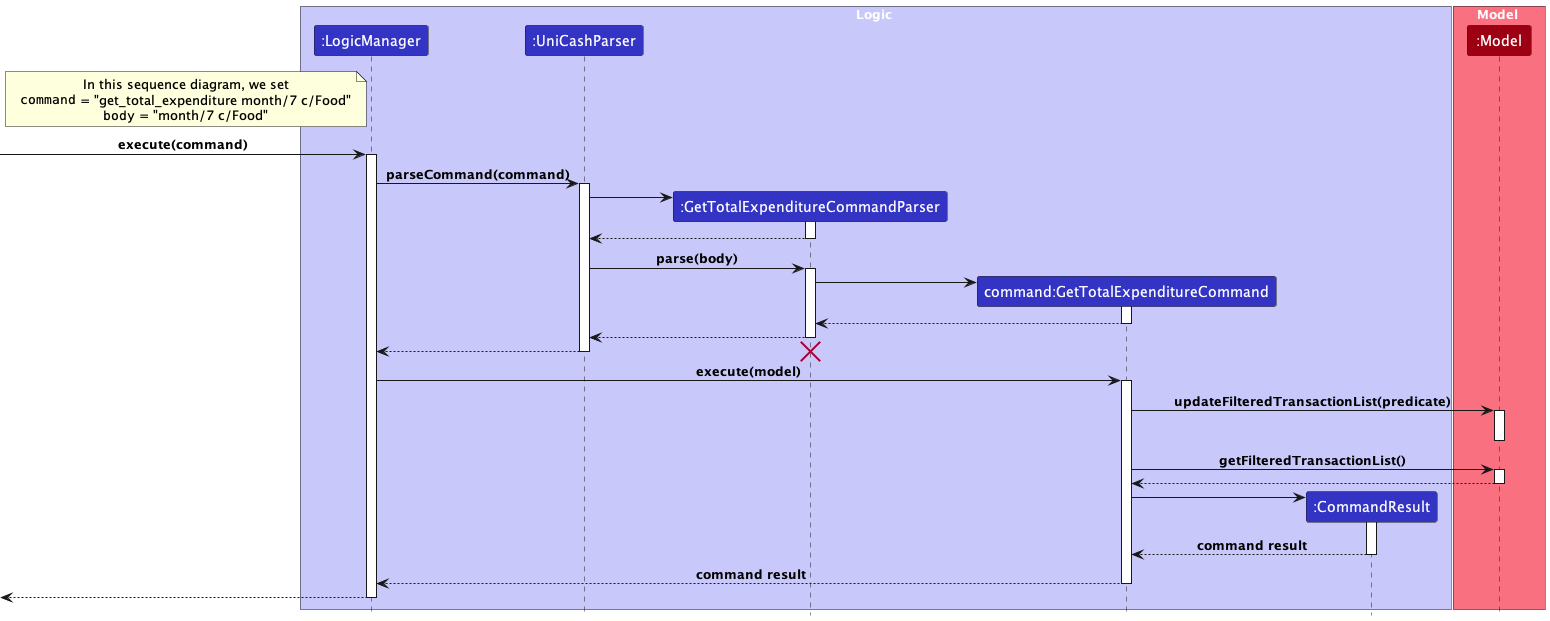
woojiahao/tp keeps this PlantUML diagram as docs/images/unicash/get-total-expenditure/GetTotalExpenditureSequenceDiagram.png. Above is the earlier version. Source of this version:
```plantuml
@startuml
!include ../../style.puml

box Logic LOGIC_COLOR_T1
participant ":LogicManager" as LogicManager LOGIC_COLOR
participant ":UniCashParser" as UniCashParser LOGIC_COLOR
participant ":GetTotalExpenditureCommandParser" as GetTotalExpenditureCommandParser LOGIC_COLOR
participant "command:GetTotalExpenditureCommand" as GetTotalExpenditureCommand LOGIC_COLOR
participant ":CommandResult" as CommandResult LOGIC_COLOR


end box

box Model MODEL_COLOR_T1
participant ":Model" as Model MODEL_COLOR
end box

note left LogicManager
In this sequence diagram, we set
""command"" = "get_total_expenditure month/7 c/Food"
""body"" = "month/7 c/Food"
end note

[-> LogicManager : execute(command)
activate LogicManager

LogicManager -> UniCashParser : parseCommand(command)
activate UniCashParser

create GetTotalExpenditureCommandParser
UniCashParser -> GetTotalExpenditureCommandParser
activate GetTotalExpenditureCommandParser

GetTotalExpenditureCommandParser --> UniCashParser
deactivate GetTotalExpenditureCommandParser

UniCashParser -> GetTotalExpenditureCommandParser : parse(body)
activate GetTotalExpenditureCommandParser

create GetTotalExpenditureCommand
GetTotalExpenditureCommandParser -> GetTotalExpenditureCommand
activate GetTotalExpenditureCommand
GetTotalExpenditureCommand --> GetTotalExpenditureCommandParser
deactivate GetTotalExpenditureCommand

GetTotalExpenditureCommandParser --> UniCashParser
deactivate GetTotalExpenditureCommandParser

UniCashParser --> LogicManager
deactivate UniCashParser
destroy GetTotalExpenditureCommandParser

LogicManager -> GetTotalExpenditureCommand : execute(model)
activate GetTotalExpenditureCommand

GetTotalExpenditureCommand -> Model : updateFilteredTransactionList(predicate)
activate Model

deactivate Model
GetTotalExpenditureCommand -> Model : getFilteredTransactionList()
activate Model

Model --> GetTotalExpenditureCommand
deactivate Model

create CommandResult
GetTotalExpenditureCommand -> CommandResult
activate CommandResult

CommandResult --> GetTotalExpenditureCommand : command result
deactivate CommandResult

GetTotalExpenditureCommand --> LogicManager : command result
deactivate GetTotalExpenditureCommand

[<--LogicManager
deactivate LogicManager
@enduml
```
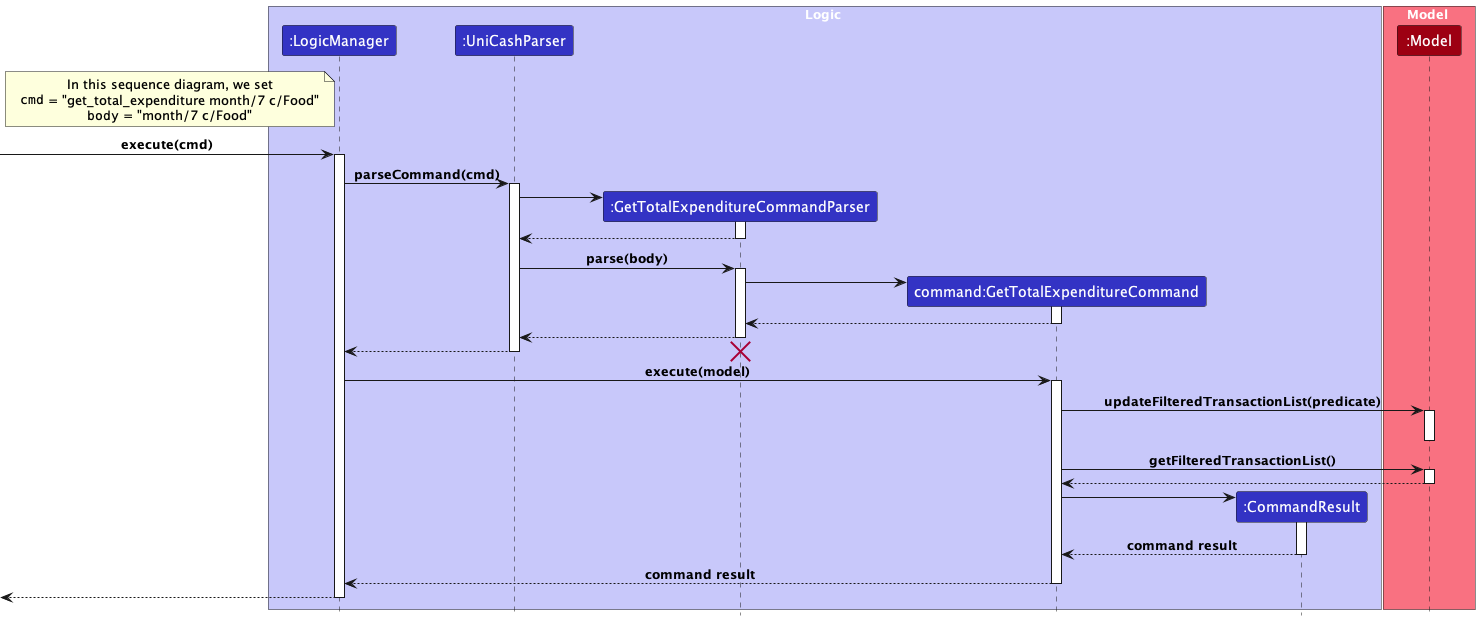
The same diagram one commit later.

Commit message:
Rename input command to cmd

Change to the diagram source:
```diff
@@ -17,14 +17,14 @@
 
 note left LogicManager
 In this sequence diagram, we set
-""command"" = "get_total_expenditure month/7 c/Food"
+""cmd"" = "get_total_expenditure month/7 c/Food"
 ""body"" = "month/7 c/Food"
 end note
 
-[-> LogicManager : execute(command)
+[-> LogicManager : execute(cmd)
 activate LogicManager
 
-LogicManager -> UniCashParser : parseCommand(command)
+LogicManager -> UniCashParser : parseCommand(cmd)
 activate UniCashParser
 
 create GetTotalExpenditureCommandParser
```
